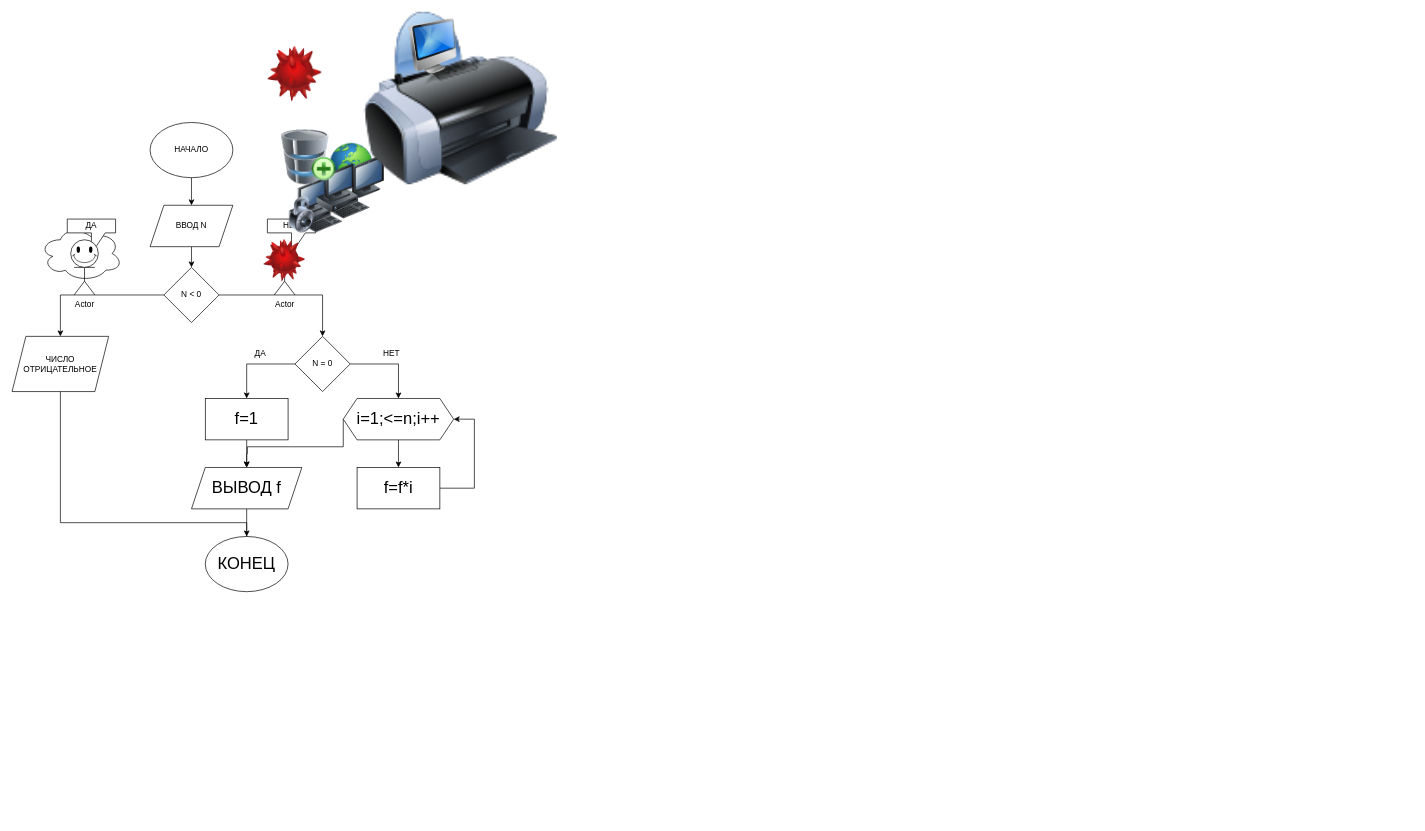
Before: Диаграмма без названия.drawio in 3exe/fantastic-memory, a draw.io diagram. Source tidied: cells renumbered, new cells numbered last; positions are measured from the earlier drawing's top-left corner, leaving out a move shared by most shapes. Both pictures are drawn from the tidied source at 69%, with x=0, y=0 at pixel (12, 12).
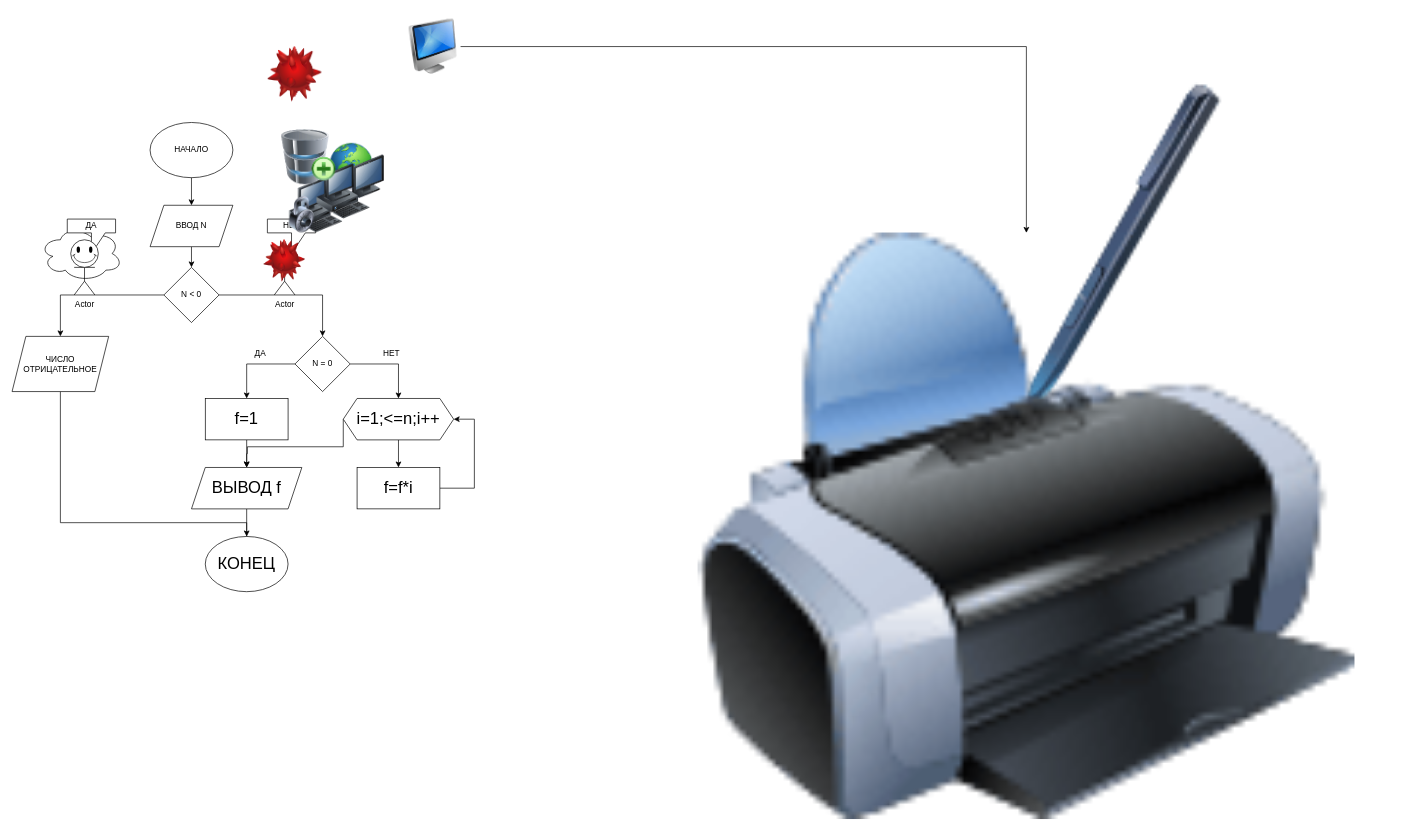
After the change.

The change refers to these unchanged cells:
```xml
<mxCell id="39" style="image;html=1;image=img/lib/clip_art/computers/iMac_128x128.png;" parent="1" vertex="1">
  <mxGeometry x="570" y="10" width="80" height="80" as="geometry" />
</mxCell>
```

Diff of the diagram source:
```diff
@@
     <mxCell id="36" style="image;html=1;image=img/lib/clip_art/computers/Stylus_128x128.png;" parent="1" vertex="1">
-      <mxGeometry x="610" y="140" width="80" height="80" as="geometry" />
+      <mxGeometry x="1310" y="80" width="443" height="580" as="geometry" />
     </mxCell>
     <mxCell id="37" style="image;html=1;image=img/lib/clip_art/computers/Printer_128x128.png;" parent="1" vertex="1">
-      <mxGeometry x="505" width="290" height="250" as="geometry" />
+      <mxGeometry x="910" y="320" width="1120" height="850" as="geometry" />
     </mxCell>
@@
+    <mxCell id="42" style="edgeStyle=orthogonalEdgeStyle;rounded=0;jettySize=auto;html=1;exitX=1;exitY=0.5;exitDx=0;exitDy=0;" parent="1" edge="1" source="39" target="37">
+      <mxGeometry relative="1" as="geometry" />
+    </mxCell>
```
